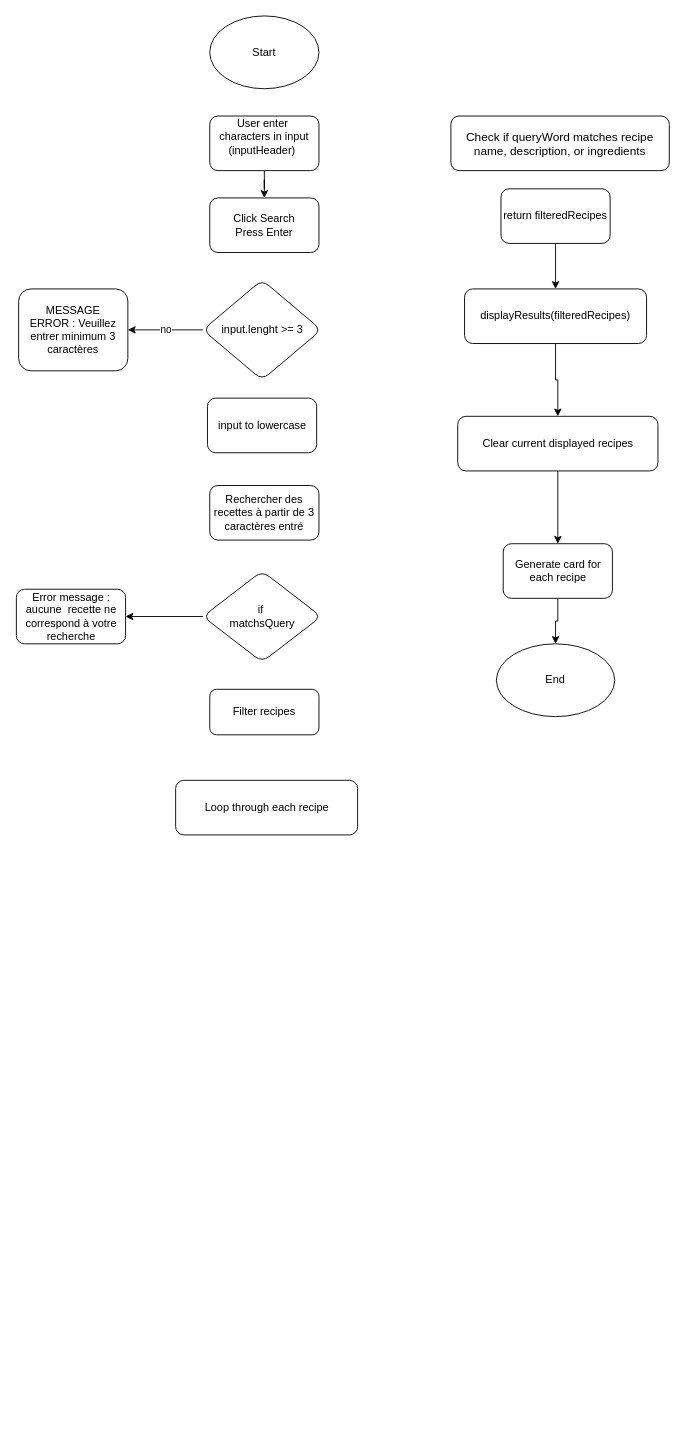
Jeiiro/PetitsPlats2.0 keeps this draw.io diagram as Diagramme sans nom.drawio. Above is the earlier version. Source tidied: cells renumbered, new cells numbered last; positions are measured from the earlier drawing's top-left corner, leaving out a move shared by most shapes. Both pictures are drawn from the tidied source at 91%, with x=0, y=0 at pixel (15, 15).
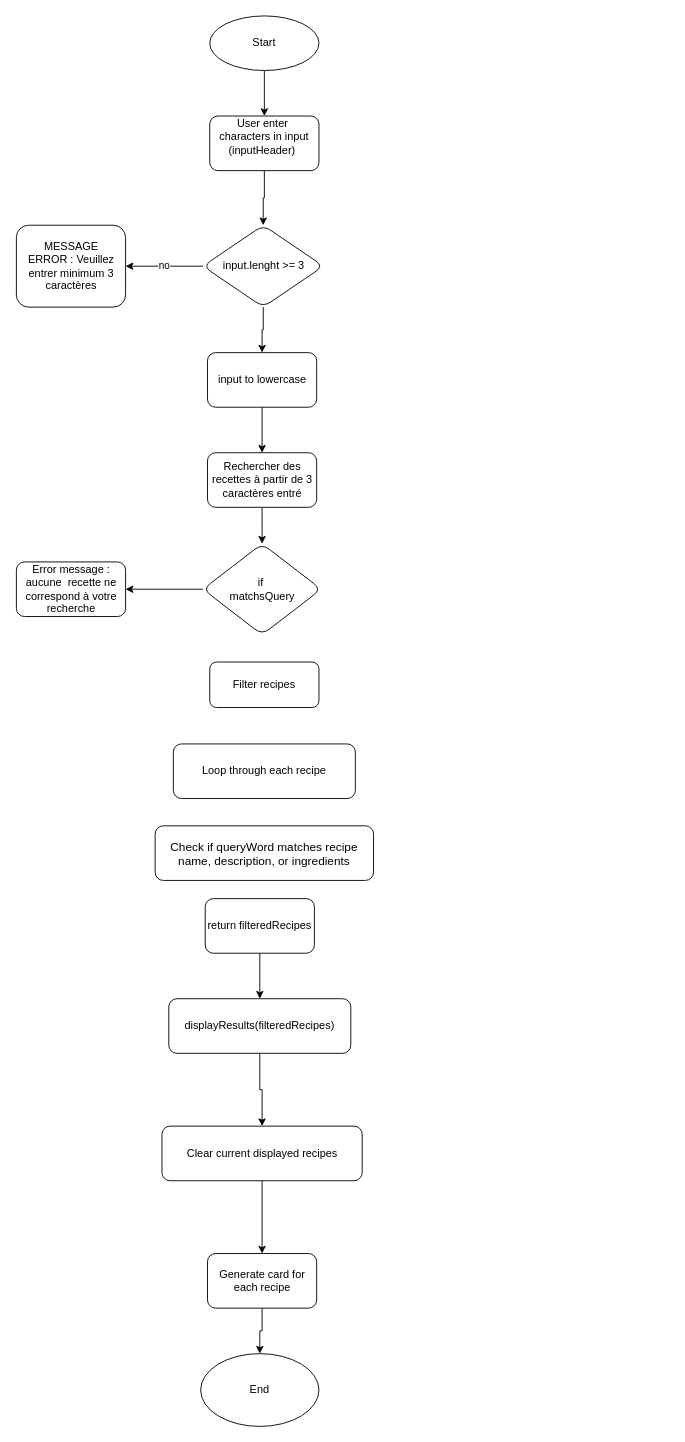
After the change.

Commit message:
Mettre à jour Diagramme sans nom.drawio

The change refers to these unchanged cells:
```xml
<mxCell id="3" value="User enter&amp;nbsp;&lt;div&gt;characters in input&lt;/div&gt;&lt;div style=&quot;text-align: start;&quot;&gt;&amp;nbsp; &amp;nbsp;(inputHeader)&lt;/div&gt;&lt;div&gt;&lt;br&gt;&lt;/div&gt;" style="rounded=1;whiteSpace=wrap;html=1;" parent="1" vertex="1">
  <mxGeometry x="213" y="110" width="120" height="60" as="geometry" />
</mxCell>
```

What changed in the source:
```diff
@@
-    <mxCell id="2" style="edgeStyle=orthogonalEdgeStyle;rounded=0;jettySize=auto;html=1;" parent="1" edge="1" source="3" target="8">
-      <mxGeometry relative="1" as="geometry" />
-    </mxCell>
+    <mxCell id="26" style="edgeStyle=orthogonalEdgeStyle;rounded=0;jettySize=auto;html=1;exitX=0.5;exitY=1;exitDx=0;exitDy=0;entryX=0.5;entryY=0;entryDx=0;entryDy=0;" parent="1" edge="1" source="3" target="7">
+      <mxGeometry relative="1" as="geometry" />
+    </mxCell>
@@
     <mxCell id="4" value="&lt;div&gt;MESSAGE&lt;/div&gt;ERROR : Veuillez entrer minimum 3 caractères" style="rounded=1;whiteSpace=wrap;html=1;" parent="1" vertex="1">
-      <mxGeometry x="3" y="300" width="120" height="90" as="geometry" />
+      <mxGeometry x="0.5" y="230" width="120" height="90" as="geometry" />
     </mxCell>
+    <mxCell id="27" style="edgeStyle=orthogonalEdgeStyle;rounded=0;jettySize=auto;html=1;entryX=0.5;entryY=0;entryDx=0;entryDy=0;" parent="1" edge="1" source="5" target="3">
+      <mxGeometry relative="1" as="geometry" />
+    </mxCell>
     <mxCell id="5" value="Start" style="ellipse;whiteSpace=wrap;html=1;" parent="1" vertex="1">
-      <mxGeometry x="213" width="120" height="80" as="geometry" />
+      <mxGeometry x="213" width="120" height="60" as="geometry" />
     </mxCell>
@@
+    <mxCell id="28" style="edgeStyle=orthogonalEdgeStyle;rounded=0;jettySize=auto;html=1;entryX=0.5;entryY=0;entryDx=0;entryDy=0;" parent="1" edge="1" source="7" target="9">
+      <mxGeometry relative="1" as="geometry" />
+    </mxCell>
     <mxCell id="7" value="&lt;div&gt;input.lenght &amp;gt;= 3&lt;br&gt;&lt;/div&gt;" style="rhombus;whiteSpace=wrap;html=1;rounded=1;" parent="1" vertex="1">
-      <mxGeometry x="205.5" y="290" width="130" height="110" as="geometry" />
+      <mxGeometry x="205.5" y="230" width="132.5" height="90" as="geometry" />
     </mxCell>
-    <mxCell id="8" value="Click Search&lt;div&gt;Press Enter&lt;/div&gt;" style="rounded=1;whiteSpace=wrap;html=1;" parent="1" vertex="1">
-      <mxGeometry x="213" y="200" width="120" height="60" as="geometry" />
-    </mxCell>
+    <mxCell id="29" style="edgeStyle=orthogonalEdgeStyle;rounded=0;jettySize=auto;html=1;entryX=0.5;entryY=0;entryDx=0;entryDy=0;" parent="1" edge="1" source="9" target="25">
+      <mxGeometry relative="1" as="geometry" />
+    </mxCell>
     <mxCell id="9" value="input to lowercase" style="rounded=1;whiteSpace=wrap;html=1;" parent="1" vertex="1">
-      <mxGeometry x="210.5" y="420" width="120" height="60" as="geometry" />
+      <mxGeometry x="210.5" y="370" width="120" height="60" as="geometry" />
     </mxCell>
     <mxCell id="10" value="Filter recipes" style="rounded=1;whiteSpace=wrap;html=1;" parent="1" vertex="1">
-      <mxGeometry x="213" y="740" width="120" height="50" as="geometry" />
+      <mxGeometry x="213" y="710" width="120" height="50" as="geometry" />
     </mxCell>
     <mxCell id="11" value="Loop through each recipe" style="whiteSpace=wrap;html=1;rounded=1;" parent="1" vertex="1">
-      <mxGeometry x="175.5" y="840" width="200" height="60" as="geometry" />
+      <mxGeometry x="173" y="800" width="200" height="60" as="geometry" />
     </mxCell>
     <mxCell id="12" value="&lt;p style=&quot;margin: 0px; font-style: normal; font-variant-caps: normal; font-stretch: normal; font-size: 13px; line-height: normal; font-family: &amp;quot;.AppleSystemUIFontMonospaced&amp;quot;; font-size-adjust: none; font-kerning: auto; font-variant-alternates: normal; font-variant-ligatures: normal; font-variant-numeric: normal; font-variant-east-asian: normal; font-variant-position: normal; font-variant-emoji: normal; font-feature-settings: normal; font-optical-sizing: auto; font-variation-settings: normal;&quot;&gt;Check if queryWord matches recipe name, description, or ingredients&lt;/p&gt;" style="whiteSpace=wrap;html=1;rounded=1;" parent="1" vertex="1">
-      <mxGeometry x="478" y="110" width="240" height="60" as="geometry" />
+      <mxGeometry x="153" y="890" width="240" height="60" as="geometry" />
     </mxCell>
@@
     <mxCell id="14" value="return filteredRecipes" style="rounded=1;whiteSpace=wrap;html=1;" parent="1" vertex="1">
-      <mxGeometry x="533" y="190" width="120" height="60" as="geometry" />
+      <mxGeometry x="208" y="970" width="120" height="60" as="geometry" />
     </mxCell>
@@
     <mxCell id="16" value="displayResults(filteredRecipes)" style="rounded=1;whiteSpace=wrap;html=1;" parent="1" vertex="1">
-      <mxGeometry x="493" y="300" width="200" height="60" as="geometry" />
+      <mxGeometry x="168" y="1080" width="200" height="60" as="geometry" />
     </mxCell>
@@
     <mxCell id="18" value="Clear current displayed recipes" style="rounded=1;whiteSpace=wrap;html=1;" parent="1" vertex="1">
-      <mxGeometry x="485.5" y="440" width="220" height="60" as="geometry" />
+      <mxGeometry x="160.5" y="1220" width="220" height="60" as="geometry" />
     </mxCell>
@@
     <mxCell id="20" value="Generate card for&lt;div&gt;each recipe&lt;/div&gt;" style="rounded=1;whiteSpace=wrap;html=1;" parent="1" vertex="1">
-      <mxGeometry x="535.5" y="580" width="120" height="60" as="geometry" />
+      <mxGeometry x="210.5" y="1360" width="120" height="60" as="geometry" />
     </mxCell>
     <mxCell id="21" value="End" style="ellipse;whiteSpace=wrap;html=1;rounded=1;" parent="1" vertex="1">
-      <mxGeometry x="528" y="690" width="130" height="80" as="geometry" />
+      <mxGeometry x="203" y="1470" width="130" height="80" as="geometry" />
     </mxCell>
@@
     <mxCell id="23" value="if&amp;nbsp;&lt;div&gt;matchsQuery&lt;/div&gt;" style="rhombus;whiteSpace=wrap;html=1;rounded=1;" parent="1" vertex="1">
-      <mxGeometry x="205.5" y="610" width="130" height="100" as="geometry" />
+      <mxGeometry x="205.5" y="580" width="130" height="100" as="geometry" />
     </mxCell>
     <mxCell id="24" value="Error message : aucune &amp;nbsp;recette ne correspond à votre recherche" style="rounded=1;whiteSpace=wrap;html=1;" parent="1" vertex="1">
-      <mxGeometry x="0.5" y="630" width="120" height="60" as="geometry" />
+      <mxGeometry x="0.5" y="600" width="120" height="60" as="geometry" />
     </mxCell>
+    <mxCell id="30" style="edgeStyle=orthogonalEdgeStyle;rounded=0;jettySize=auto;html=1;entryX=0.5;entryY=0;entryDx=0;entryDy=0;" parent="1" edge="1" source="25" target="23">
+      <mxGeometry relative="1" as="geometry" />
+    </mxCell>
     <mxCell id="25" value="Rechercher des recettes à partir de 3 caractères entré" style="rounded=1;whiteSpace=wrap;html=1;" parent="1" vertex="1">
-      <mxGeometry x="213" y="516" width="120" height="60" as="geometry" />
+      <mxGeometry x="210.5" y="480" width="120" height="60" as="geometry" />
     </mxCell>
```
